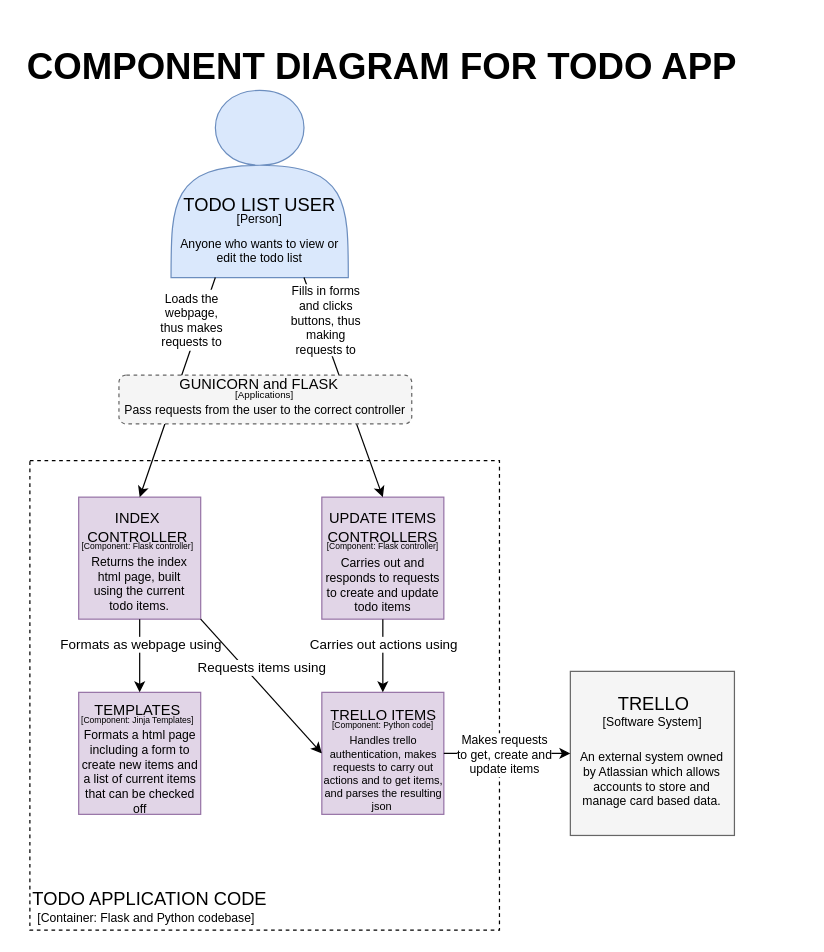
Earlier version of the draw.io diagram documentation/sourcefiles/ComponentDiagram.drawio (kirstenland/DevOps-Course-Starter). Source tidied: cells renumbered, new cells numbered last; positions are measured from the earlier drawing's top-left corner, leaving out a move shared by most shapes. Both pictures are drawn from the tidied source at 122%, with x=0, y=0 at pixel (21, 33).
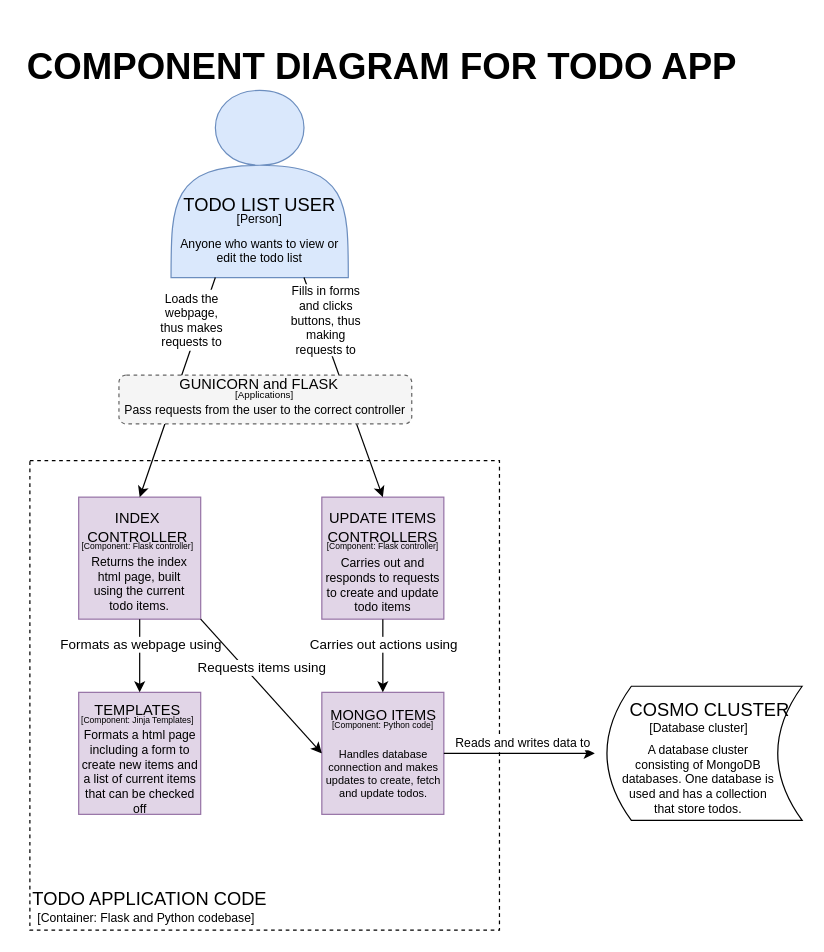
The same diagram, later.

The change refers to these unchanged cells:
```xml
<mxCell id="16" style="whiteSpace=wrap;html=1;fillColor=#e1d5e7;strokeColor=#9673a6;" parent="1" vertex="1">
  <mxGeometry x="246.3" y="540" width="100" height="100" as="geometry" />
</mxCell>
```

The edit, as a diff of the source:
```diff
@@
-    <mxCell id="10" style="whiteSpace=wrap;html=1;fontSize=10;strokeColor=#666666;fillColor=#f5f5f5;fontColor=#333333;" parent="1" vertex="1">
-      <mxGeometry x="450" y="522.8" width="134.5" height="134.5" as="geometry" />
-    </mxCell>
-    <mxCell id="11" value="&lt;font style=&quot;font-size: 15px&quot;&gt;TRELLO&lt;/font&gt;" style="text;html=1;align=center;verticalAlign=middle;strokeColor=none;fillColor=none;fontSize=10;" parent="1" vertex="1">
-      <mxGeometry x="482.7" y="538.6" width="70" height="20" as="geometry" />
-    </mxCell>
-    <mxCell id="12" value="&lt;font style=&quot;font-size: 10px&quot;&gt;[Software System]&lt;/font&gt;" style="text;html=1;align=center;verticalAlign=middle;strokeColor=none;fillColor=none;fontSize=5;" parent="1" vertex="1">
-      <mxGeometry x="467.2" y="559.2" width="100" height="10" as="geometry" />
-    </mxCell>
-    <mxCell id="13" value="&lt;font style=&quot;font-size: 10px&quot;&gt;An external system owned by Atlassian which allows accounts to store and manage card based data.&lt;/font&gt;" style="text;html=1;strokeColor=none;fillColor=none;align=center;verticalAlign=top;whiteSpace=wrap;rounded=0;fontSize=5;" parent="1" vertex="1">
-      <mxGeometry x="452.2" y="580.9" width="130" height="70.4" as="geometry" />
-    </mxCell>
@@
-    <mxCell id="17" value="TRELLO ITEMS" style="text;html=1;strokeColor=none;fillColor=none;align=center;verticalAlign=middle;whiteSpace=wrap;rounded=0;" parent="1" vertex="1">
+    <mxCell id="17" value="MONGO ITEMS" style="text;html=1;strokeColor=none;fillColor=none;align=center;verticalAlign=middle;whiteSpace=wrap;rounded=0;" parent="1" vertex="1">
       <mxGeometry x="249.6" y="543.6" width="93.7" height="30" as="geometry" />
     </mxCell>
@@
-    <mxCell id="30" style="endArrow=classic;html=1;rounded=0;exitX=1;exitY=0.5;exitDx=0;exitDy=0;entryX=0;entryY=0.5;entryDx=0;entryDy=0;" parent="1" edge="1" source="16" target="10">
-      <mxGeometry relative="1" as="geometry" />
+    <mxCell id="30" style="endArrow=classic;html=1;rounded=0;exitX=1;exitY=0.5;exitDx=0;exitDy=0;" parent="1" edge="1" source="16">
+      <mxGeometry relative="1" as="geometry">
+        <mxPoint x="470" y="590" as="targetPoint" />
+      </mxGeometry>
     </mxCell>
-    <mxCell id="31" value="Makes requests &lt;br style=&quot;font-size: 10px;&quot;&gt;to get, create and&lt;br style=&quot;font-size: 10px;&quot;&gt;update items" style="edgeLabel;html=1;align=center;verticalAlign=middle;fillColor=none;fontSize=10;" parent="30" vertex="1">
+    <mxCell id="31" value="Reads and writes data to" style="edgeLabel;html=1;align=center;verticalAlign=middle;fillColor=none;fontSize=10;" parent="30" vertex="1">
       <mxGeometry relative="1" as="geometry">
-        <mxPoint x="-3" as="offset" />
+        <mxPoint x="2" y="-10" as="offset" />
       </mxGeometry>
     </mxCell>
@@
-    <mxCell id="44" value="Handles trello authentication, makes requests to carry out actions and to get items, and parses the resulting json&amp;nbsp;" style="text;html=1;strokeColor=none;fillColor=none;align=center;verticalAlign=middle;whiteSpace=wrap;rounded=0;dashed=1;fontSize=9;" parent="1" vertex="1">
+    <mxCell id="44" value="Handles database connection and makes updates to create, fetch and update todos." style="text;html=1;strokeColor=none;fillColor=none;align=center;verticalAlign=middle;whiteSpace=wrap;rounded=0;dashed=1;fontSize=9;" parent="1" vertex="1">
       <mxGeometry x="246.3" y="582.5" width="102.4" height="49" as="geometry" />
     </mxCell>
@@
+    <mxCell id="46" style="shape=dataStorage;whiteSpace=wrap;html=1;fixedSize=1;" parent="1" vertex="1">
+      <mxGeometry x="480" y="535" width="160" height="110" as="geometry" />
+    </mxCell>
+    <mxCell id="47" style="group;labelPosition=center;verticalLabelPosition=middle;align=center;verticalAlign=middle;horizontal=0;" parent="1" vertex="1">
+      <mxGeometry x="490" y="543.6" width="150" height="160.4" as="geometry" />
+    </mxCell>
+    <mxCell id="48" value="&lt;font style=&quot;font-size: 10px&quot;&gt;[Database cluster]&lt;/font&gt;" style="text;html=1;align=center;verticalAlign=middle;strokeColor=none;fillColor=none;fontSize=5;" parent="47" vertex="1">
+      <mxGeometry x="15.2" y="20.7" width="100" height="10" as="geometry" />
+    </mxCell>
+    <mxCell id="49" value="&lt;span style=&quot;font-size: 15px&quot;&gt;COSMO CLUSTER&lt;/span&gt;" style="text;html=1;align=center;verticalAlign=middle;strokeColor=none;fillColor=none;fontSize=10;" parent="47" vertex="1">
+      <mxGeometry x="-0.6" width="150" height="20" as="geometry" />
+    </mxCell>
+    <mxCell id="50" value="&lt;font style=&quot;font-size: 10px&quot;&gt;A database cluster consisting of MongoDB databases. One database is used and has a collection that store todos.&lt;/font&gt;" style="text;html=1;strokeColor=none;fillColor=none;align=center;verticalAlign=top;whiteSpace=wrap;rounded=0;fontSize=5;" parent="47" vertex="1">
+      <mxGeometry x="0.2" y="31.4" width="130" height="70.4" as="geometry" />
+    </mxCell>
```
